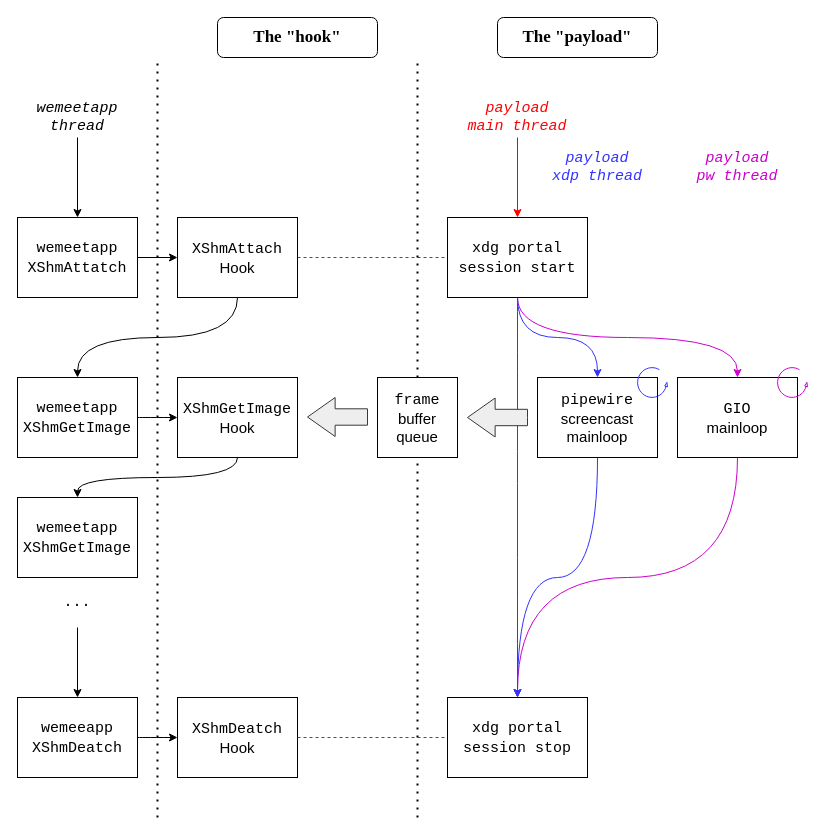
Above: resource/diagram.drawio in novel2430/wemeet-wayland-screenshare (draw.io), before the change. Source tidied: cells renumbered, new cells numbered last; positions are measured from the earlier drawing's top-left corner, leaving out a move shared by most shapes. Both pictures are drawn from the tidied source at 100%, with x=0, y=0 at pixel (17, 17).
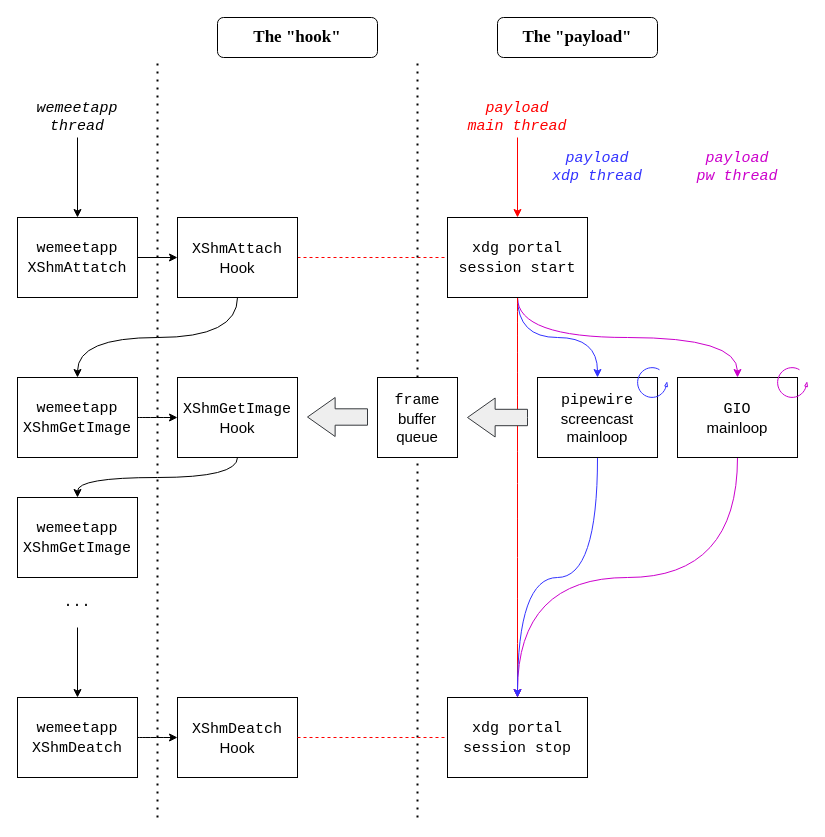
After the change.

Diff of the diagram source:
```diff
@@
-    <mxCell id="11" value="&lt;font style=&quot;font-size: 15px;&quot;&gt;&lt;font face=&quot;Courier New&quot; style=&quot;font-size: 15px;&quot;&gt;wemeeapp&lt;br style=&quot;font-size: 15px;&quot;&gt;XShmDeatch&lt;/font&gt;&lt;br style=&quot;font-size: 15px;&quot;&gt;&lt;/font&gt;" style="rounded=0;whiteSpace=wrap;html=1;fontSize=15;" parent="1" vertex="1">
+    <mxCell id="11" value="&lt;font style=&quot;font-size: 15px;&quot;&gt;&lt;font face=&quot;Courier New&quot; style=&quot;font-size: 15px;&quot;&gt;wemeetapp&lt;br style=&quot;font-size: 15px;&quot;&gt;XShmDeatch&lt;/font&gt;&lt;br style=&quot;font-size: 15px;&quot;&gt;&lt;/font&gt;" style="rounded=0;whiteSpace=wrap;html=1;fontSize=15;" parent="1" vertex="1">
       <mxGeometry y="680" width="120" height="80" as="geometry" />
     </mxCell>
```
